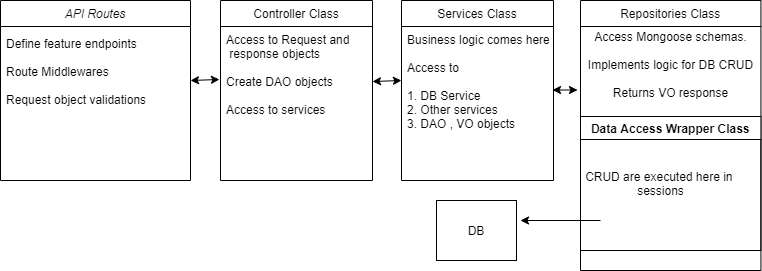
Before: assets/control-flow.png, a diagram exported from draw.io (websure/express-server-incident-management). Source tidied: cells renumbered, new cells last; positions are measured from the earlier drawing's top-left corner, leaving out a move shared by most shapes.
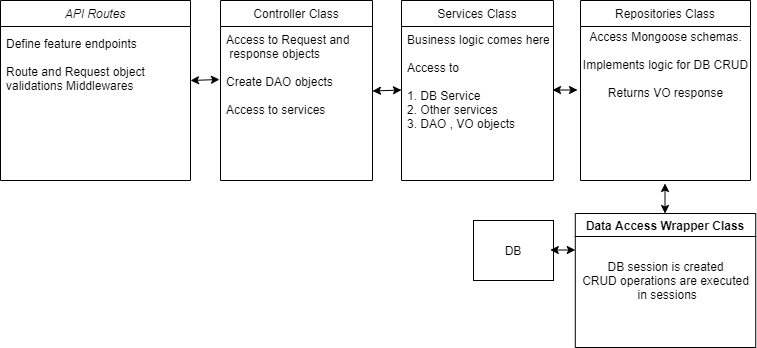
After the commit.

Commit message:
updating control flow img

The edit, as a diff of the source:
```diff
@@ -17,7 +17,7 @@
     <mxCell id="6" value="Business logic comes here&#10;&#10;Access to&#10;&#10;1. DB Service&#10;2. Other services&#10;3. DAO , VO objects" style="text;align=left;verticalAlign=top;spacingLeft=4;spacingRight=4;overflow=hidden;rounded=0;shadow=0;html=0;" parent="5" vertex="1">
       <mxGeometry y="26" width="152" height="154" as="geometry" />
     </mxCell>
-    <mxCell id="7" value="Define feature endpoints&#10;&#10;Route Middlewares&#10;&#10;Request object validations&#10;&#10;" style="text;align=left;verticalAlign=top;spacingLeft=4;spacingRight=4;overflow=hidden;rounded=0;shadow=0;html=0;" parent="1" vertex="1">
+    <mxCell id="7" value="Define feature endpoints&#10;&#10;Route and Request object  &#10;validations Middlewares&#10;&#10;&#10;" style="text;align=left;verticalAlign=top;spacingLeft=4;spacingRight=4;overflow=hidden;rounded=0;shadow=0;html=0;" parent="1" vertex="1">
       <mxGeometry y="30" width="190" height="120" as="geometry" />
     </mxCell>
     <mxCell id="8" style="endArrow=classic;startArrow=classic;html=1;entryX=-0.007;entryY=0.344;entryDx=0;entryDy=0;entryPerimeter=0;" parent="1" edge="1" target="4">
@@ -26,37 +26,43 @@
       </mxGeometry>
     </mxCell>
     <mxCell id="9" value="Repositories Class" style="swimlane;fontStyle=0;align=center;verticalAlign=top;horizontal=1;startSize=26;rounded=0;shadow=0;strokeWidth=1;" parent="1" vertex="1">
-      <mxGeometry x="580" width="180.4" height="270" as="geometry" />
+      <mxGeometry x="580" width="170" height="180" as="geometry" />
     </mxCell>
     <mxCell id="10" value="Access Mongoose schemas.&lt;br&gt;&lt;br&gt;Implements logic for DB CRUD&lt;br&gt;&lt;br&gt;Returns VO response&lt;br&gt;&lt;br&gt;" style="text;html=1;align=center;verticalAlign=middle;strokeColor=none;" parent="9" vertex="1">
-      <mxGeometry y="26" width="180.4" height="90" as="geometry" />
+      <mxGeometry y="26" width="170" height="90" as="geometry" />
     </mxCell>
+    <mxCell id="13" style="endArrow=classic;startArrow=classic;html=1;" parent="1" edge="1">
+      <mxGeometry relative="1" as="geometry">
+        <mxPoint x="577" y="89.5" as="sourcePoint" />
+        <mxPoint x="552" y="89.5" as="targetPoint" />
+      </mxGeometry>
+    </mxCell>
+    <mxCell id="14" style="endArrow=classic;startArrow=classic;html=1;entryX=-0.007;entryY=0.344;entryDx=0;entryDy=0;entryPerimeter=0;" parent="1" edge="1">
+      <mxGeometry relative="1" as="geometry">
+        <mxPoint x="372" y="90.5" as="sourcePoint" />
+        <mxPoint x="400.9" y="89.5" as="targetPoint" />
+      </mxGeometry>
+    </mxCell>
+    <mxCell id="16" value="DB" style="rounded=0;whiteSpace=wrap;html=1;" parent="1" vertex="1">
+      <mxGeometry x="473" y="220" width="80" height="60" as="geometry" />
+    </mxCell>
-    <mxCell id="11" value="Data Access Wrapper Class" style="swimlane;" parent="9" vertex="1">
-      <mxGeometry y="116" width="180.4" height="134" as="geometry" />
+    <mxCell id="11" value="Data Access Wrapper Class" style="swimlane;" parent="1" vertex="1">
+      <mxGeometry x="574.8" y="213" width="180.4" height="134" as="geometry" />
     </mxCell>
-    <mxCell id="12" value="CRUD are executed here in &lt;br&gt;sessions" style="text;html=1;align=center;verticalAlign=middle;strokeColor=none;" parent="11" vertex="1">
-      <mxGeometry y="52" width="160" height="30" as="geometry" />
+    <mxCell id="12" value="DB session is created&lt;br&gt;CRUD operations are executed&lt;br&gt;&amp;nbsp;in sessions" style="text;html=1;align=center;verticalAlign=middle;strokeColor=none;" parent="11" vertex="1">
+      <mxGeometry x="0.2" y="42" width="180" height="50" as="geometry" />
     </mxCell>
-    <mxCell id="13" style="endArrow=classic;startArrow=classic;html=1;" parent="1" edge="1">
-      <mxGeometry relative="1" as="geometry">
-        <mxPoint x="577" y="89.5" as="sourcePoint" />
-        <mxPoint x="552" y="89.5" as="targetPoint" />
-      </mxGeometry>
-    </mxCell>
-    <mxCell id="14" style="endArrow=classic;startArrow=classic;html=1;entryX=-0.007;entryY=0.344;entryDx=0;entryDy=0;entryPerimeter=0;" parent="1" edge="1">
-      <mxGeometry relative="1" as="geometry">
-        <mxPoint x="372" y="81" as="sourcePoint" />
-        <mxPoint x="400.9" y="80" as="targetPoint" />
-      </mxGeometry>
-    </mxCell>
-    <mxCell id="15" style="endArrow=classic;html=1;" parent="1" edge="1">
-      <mxGeometry relative="1" as="geometry">
-        <mxPoint x="600" y="220" as="sourcePoint" />
-        <mxPoint x="520" y="220" as="targetPoint" />
-      </mxGeometry>
-    </mxCell>
-    <mxCell id="16" value="DB" style="rounded=0;whiteSpace=wrap;html=1;" parent="1" vertex="1">
-      <mxGeometry x="436" y="200" width="80" height="60" as="geometry" />
-    </mxCell>
+    <mxCell id="17" style="endArrow=classic;startArrow=classic;html=1;" parent="1" edge="1">
+      <mxGeometry relative="1" as="geometry">
+        <mxPoint x="574.8" y="249.5" as="sourcePoint" />
+        <mxPoint x="549.8" y="249.5" as="targetPoint" />
+      </mxGeometry>
+    </mxCell>
+    <mxCell id="18" style="endArrow=classic;startArrow=classic;html=1;" parent="1" edge="1">
+      <mxGeometry relative="1" as="geometry">
+        <mxPoint x="664.5" y="213" as="sourcePoint" />
+        <mxPoint x="664.5" y="183" as="targetPoint" />
+      </mxGeometry>
+    </mxCell>
   </root>
 </mxGraphModel>
```
